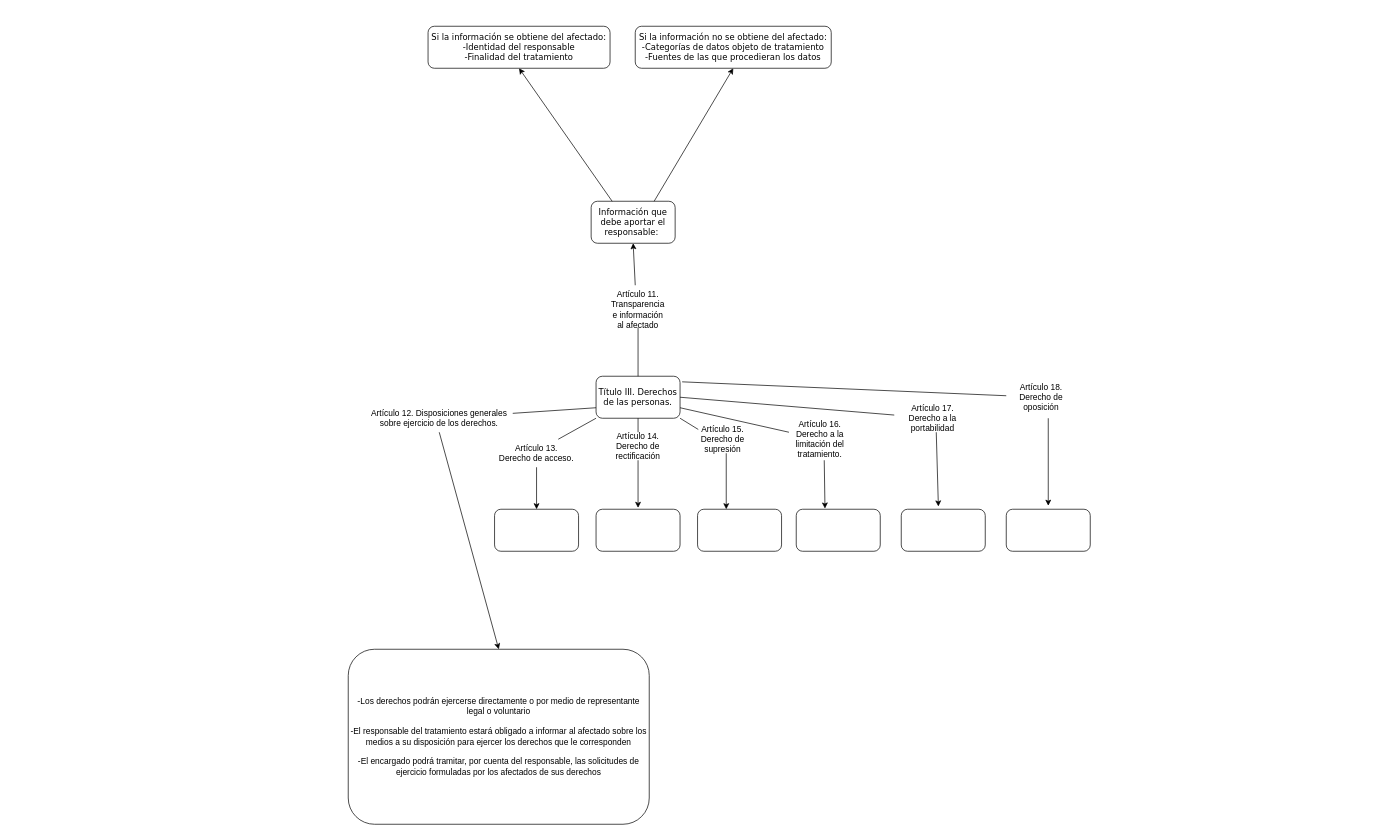
Earlier version of the draw.io diagram CDyAL.drawio (AyobAsroutVargas/lab1). Source tidied: cells renumbered, new cells numbered last; positions are measured from the earlier drawing's top-left corner, leaving out a move shared by most shapes. Both pictures are drawn from the tidied source at 70%, with x=0, y=0 at pixel (348, 26).
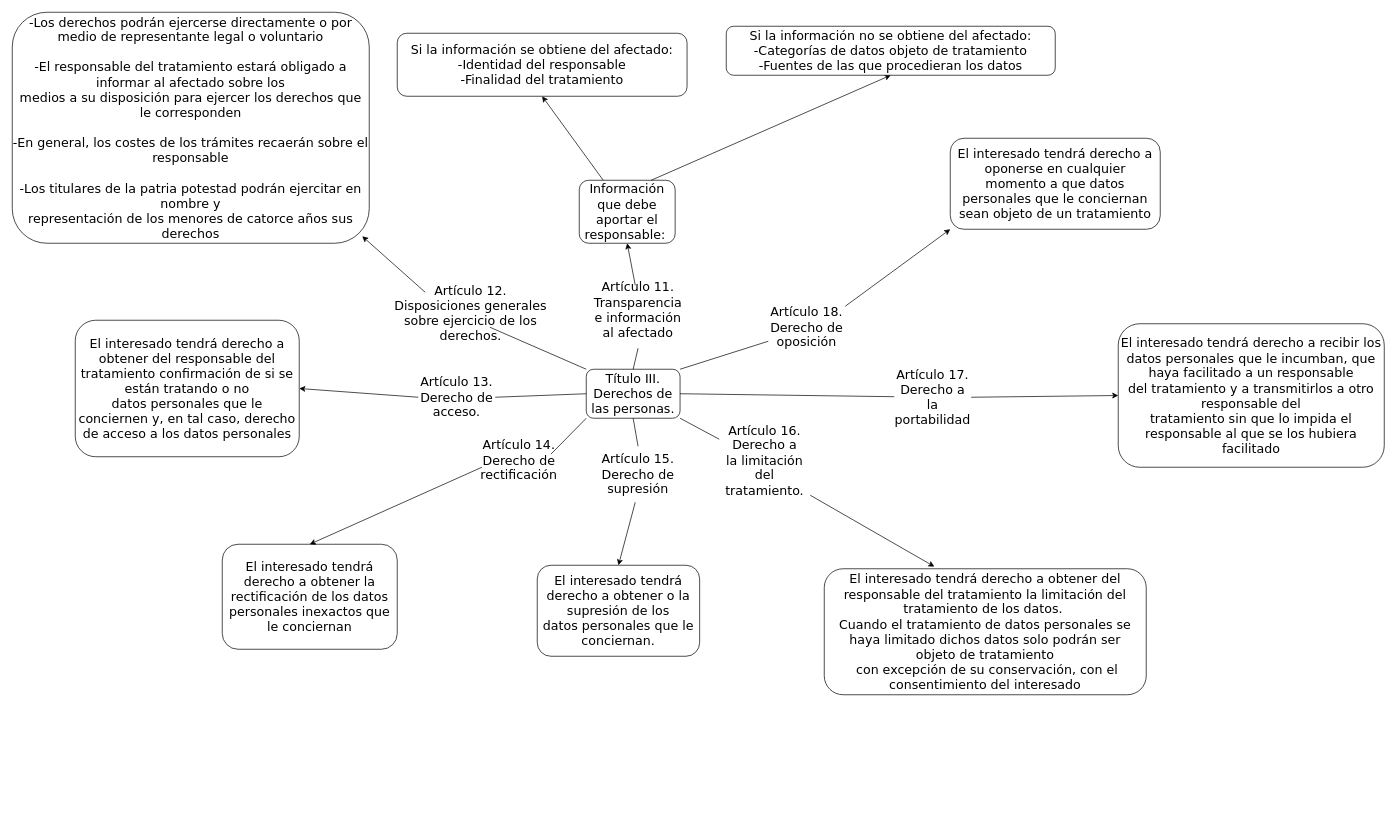
The same page after the edit.

The edit, as a diff of the source:
```diff
@@
-    <mxCell id="2" value="&lt;font face=&quot;Verdana&quot;&gt;Título III. Derechos de las personas.&lt;/font&gt;" style="rounded=1;whiteSpace=wrap;html=1;fillColor=#FFFFFF;" parent="1" vertex="1">
-      <mxGeometry x="354" y="500" width="120" height="60" as="geometry" />
+    <mxCell id="2" value="&lt;font face=&quot;Verdana&quot; style=&quot;font-size: 18px&quot;&gt;Título III. Derechos de las personas.&lt;/font&gt;" style="rounded=1;whiteSpace=wrap;html=1;fillColor=#FFFFFF;" parent="1" vertex="1">
+      <mxGeometry x="340" y="490" width="134" height="70" as="geometry" />
     </mxCell>
-    <mxCell id="3" value="&lt;font face=&quot;Verdana&quot;&gt;Información que debe aportar el responsable:&amp;nbsp;&lt;/font&gt;" style="rounded=1;whiteSpace=wrap;html=1;fillColor=#FFFFFF;" parent="1" vertex="1">
-      <mxGeometry x="347" y="250" width="120" height="60" as="geometry" />
+    <mxCell id="3" value="&lt;font face=&quot;Verdana&quot; style=&quot;font-size: 18px&quot;&gt;Información que debe aportar el responsable:&amp;nbsp;&lt;/font&gt;" style="rounded=1;whiteSpace=wrap;html=1;fillColor=#FFFFFF;" parent="1" vertex="1">
+      <mxGeometry x="330" y="220" width="137" height="90" as="geometry" />
     </mxCell>
-    <mxCell id="4" value="&lt;font face=&quot;Verdana&quot;&gt;-&lt;/font&gt;Los derechos&amp;nbsp;podrán ejercerse directamente o por medio de representante legal o voluntario&lt;br&gt;&lt;br&gt;-El responsable del tratamiento estará obligado a informar al afectado sobre los&lt;br&gt;medios a su disposición para ejercer los derechos que le corresponden&lt;br&gt;&lt;br&gt;-El encargado podrá tramitar, por cuenta del responsable, las solicitudes de&lt;br/&gt;ejercicio formuladas por los afectados de sus derechos" style="rounded=1;whiteSpace=wrap;html=1;fillColor=#FFFFFF;" parent="1" vertex="1">
-      <mxGeometry y="890" width="430" height="250" as="geometry" />
+    <mxCell id="4" value="&lt;font style=&quot;font-size: 18px&quot; face=&quot;Verdana&quot;&gt;-Los derechos&amp;nbsp;podrán ejercerse directamente o por medio de representante legal o voluntario&lt;br&gt;&lt;br&gt;-El responsable del tratamiento estará obligado a informar al afectado sobre los&lt;br&gt;medios a su disposición para ejercer los derechos que le corresponden&lt;br&gt;&lt;br&gt;-En general, los costes de los trámites recaerán sobre el responsable&lt;br&gt;&lt;br&gt;-Los titulares de la patria potestad podrán ejercitar en nombre y&lt;br&gt;representación de los menores de catorce años sus derechos&lt;/font&gt;" style="rounded=1;whiteSpace=wrap;html=1;fillColor=#FFFFFF;" parent="1" vertex="1">
+      <mxGeometry x="-480" y="-20" width="510" height="330" as="geometry" />
     </mxCell>
-    <mxCell id="5" style="rounded=1;whiteSpace=wrap;html=1;fillColor=#FFFFFF;" parent="1" vertex="1">
-      <mxGeometry x="209" y="690" width="120" height="60" as="geometry" />
+    <mxCell id="5" value="&lt;font face=&quot;Verdana&quot; style=&quot;font-size: 18px&quot;&gt;El interesado tendrá derecho a obtener del responsable del tratamiento confirmación de si se están tratando o no&lt;br&gt;datos personales que le conciernen y, en tal caso, derecho de acceso a los datos personales&lt;/font&gt;" style="rounded=1;whiteSpace=wrap;html=1;fillColor=#FFFFFF;" parent="1" vertex="1">
+      <mxGeometry x="-390" y="420" width="320" height="195" as="geometry" />
     </mxCell>
-    <mxCell id="6" style="rounded=1;whiteSpace=wrap;html=1;fillColor=#FFFFFF;" parent="1" vertex="1">
-      <mxGeometry x="354" y="690" width="120" height="60" as="geometry" />
+    <mxCell id="6" value="&lt;font face=&quot;Verdana&quot; style=&quot;font-size: 18px&quot;&gt;El interesado tendrá derecho a obtener la rectificación de los datos&lt;br&gt;personales inexactos que le conciernan&lt;/font&gt;" style="rounded=1;whiteSpace=wrap;html=1;fillColor=#FFFFFF;" parent="1" vertex="1">
+      <mxGeometry x="-180" y="740" width="250" height="150" as="geometry" />
     </mxCell>
-    <mxCell id="7" style="rounded=1;whiteSpace=wrap;html=1;fillColor=#FFFFFF;" parent="1" vertex="1">
-      <mxGeometry x="499" y="690" width="120" height="60" as="geometry" />
+    <mxCell id="7" value="&lt;font face=&quot;Verdana&quot; style=&quot;font-size: 18px&quot;&gt;El interesado tendrá derecho a obtener&amp;nbsp;o la supresión de los&lt;br&gt;datos personales que le conciernan.&lt;/font&gt;" style="rounded=1;whiteSpace=wrap;html=1;fillColor=#FFFFFF;" parent="1" vertex="1">
+      <mxGeometry x="270" y="770" width="232" height="130" as="geometry" />
     </mxCell>
-    <mxCell id="8" style="rounded=1;whiteSpace=wrap;html=1;fillColor=#FFFFFF;" parent="1" vertex="1">
-      <mxGeometry x="640" y="690" width="120" height="60" as="geometry" />
+    <mxCell id="8" value="&lt;font face=&quot;Verdana&quot; style=&quot;font-size: 18px&quot;&gt;&lt;font&gt;El interesado tendrá derecho a obtener del responsable del tratamiento la limitación del tratamiento de los datos.&amp;nbsp;&lt;br&gt;Cuando el tratamiento de datos personales se haya limitado&amp;nbsp;&lt;/font&gt;dichos datos solo podrán ser&lt;br&gt;objeto de tratamiento&lt;font&gt;&lt;br&gt;&amp;nbsp;con excepción de su conservación, con el consentimiento del interesado&lt;/font&gt;&lt;/font&gt;" style="rounded=1;whiteSpace=wrap;html=1;fillColor=#FFFFFF;" parent="1" vertex="1">
+      <mxGeometry x="680" y="775" width="460" height="180" as="geometry" />
     </mxCell>
-    <mxCell id="9" style="rounded=1;whiteSpace=wrap;html=1;fillColor=#FFFFFF;" parent="1" vertex="1">
-      <mxGeometry x="790" y="690" width="120" height="60" as="geometry" />
+    <mxCell id="9" value="&lt;font face=&quot;Verdana&quot; style=&quot;font-size: 18px&quot;&gt;El interesado tendrá derecho a recibir los datos personales que le incumban, que haya facilitado a un responsable&lt;br&gt;del tratamiento&amp;nbsp;y a transmitirlos a otro responsable del&lt;br&gt;tratamiento sin que lo impida el responsable al que se los hubiera facilitado&lt;/font&gt;" style="rounded=1;whiteSpace=wrap;html=1;fillColor=#FFFFFF;" parent="1" vertex="1">
+      <mxGeometry x="1100" y="425" width="380" height="205" as="geometry" />
     </mxCell>
-    <mxCell id="10" style="endArrow=none;html=1;exitX=0.5;exitY=0;exitDx=0;exitDy=0;" parent="1" edge="1" source="2" target="11">
-      <mxGeometry relative="1" as="geometry" />
+    <mxCell id="10" style="endArrow=none;html=1;exitX=0.5;exitY=0;exitDx=0;exitDy=0;" parent="1" edge="1" source="2">
+      <mxGeometry relative="1" as="geometry">
+        <mxPoint x="414" y="460" as="targetPoint" />
+      </mxGeometry>
     </mxCell>
-    <mxCell id="11" value="Artículo 11. Transparencia e información al afectado" style="text;html=1;strokeColor=none;fillColor=none;align=center;verticalAlign=middle;whiteSpace=wrap;rounded=0;" parent="1" vertex="1">
+    <mxCell id="11" value="&lt;font face=&quot;Verdana&quot; style=&quot;font-size: 18px&quot;&gt;Artículo 11. Transparencia e información al afectado&lt;/font&gt;" style="text;html=1;strokeColor=none;fillColor=none;align=center;verticalAlign=middle;whiteSpace=wrap;rounded=0;" parent="1" vertex="1">
       <mxGeometry x="374" y="380" width="80" height="50" as="geometry" />
     </mxCell>
@@
-    <mxCell id="13" style="endArrow=none;html=1;exitX=0;exitY=0.75;exitDx=0;exitDy=0;" parent="1" edge="1" source="2" target="14">
+    <mxCell id="13" style="endArrow=none;html=1;exitX=0;exitY=0;exitDx=0;exitDy=0;entryX=0.619;entryY=1.5;entryDx=0;entryDy=0;entryPerimeter=0;" parent="1" edge="1" source="2" target="14">
       <mxGeometry relative="1" as="geometry" />
     </mxCell>
-    <mxCell id="14" value="Artículo 12. Disposiciones generales sobre ejercicio de los derechos." style="text;html=1;strokeColor=none;fillColor=none;align=center;verticalAlign=middle;whiteSpace=wrap;rounded=0;" parent="1" vertex="1">
-      <mxGeometry x="25" y="550" width="210" height="20" as="geometry" />
+    <mxCell id="14" value="&lt;font style=&quot;font-size: 18px&quot; face=&quot;Verdana&quot;&gt;Artículo 12. Disposiciones generales sobre ejercicio de los derechos.&lt;/font&gt;" style="text;html=1;strokeColor=none;fillColor=none;align=center;verticalAlign=middle;whiteSpace=wrap;rounded=0;" parent="1" vertex="1">
+      <mxGeometry x="60" y="400" width="230" height="20" as="geometry" />
     </mxCell>
-    <mxCell id="15" style="endArrow=classic;html=1;entryX=0.5;entryY=0;entryDx=0;entryDy=0;" parent="1" edge="1" target="4">
+    <mxCell id="15" style="endArrow=classic;html=1;exitX=0.217;exitY=-1;exitDx=0;exitDy=0;exitPerimeter=0;" parent="1" edge="1" source="14">
       <mxGeometry relative="1" as="geometry">
-        <mxPoint x="130" y="580" as="sourcePoint" />
+        <mxPoint x="20" y="300" as="targetPoint" />
       </mxGeometry>
     </mxCell>
-    <mxCell id="16" style="endArrow=none;html=1;exitX=0;exitY=1;exitDx=0;exitDy=0;" parent="1" edge="1" source="2">
-      <mxGeometry relative="1" as="geometry">
-        <mxPoint x="300" y="590" as="targetPoint" />
-      </mxGeometry>
+    <mxCell id="16" style="endArrow=none;html=1;exitX=0;exitY=0.5;exitDx=0;exitDy=0;entryX=1;entryY=0.5;entryDx=0;entryDy=0;" parent="1" edge="1" source="2" target="17">
+      <mxGeometry relative="1" as="geometry" />
     </mxCell>
-    <mxCell id="17" value="Artículo 13. Derecho de acceso." style="text;html=1;strokeColor=none;fillColor=none;align=center;verticalAlign=middle;whiteSpace=wrap;rounded=0;" parent="1" vertex="1">
-      <mxGeometry x="214" y="600" width="110" height="20" as="geometry" />
+    <mxCell id="17" value="&lt;font face=&quot;Verdana&quot; style=&quot;font-size: 18px&quot;&gt;Artículo 13. Derecho de acceso.&lt;/font&gt;" style="text;html=1;strokeColor=none;fillColor=none;align=center;verticalAlign=middle;whiteSpace=wrap;rounded=0;" parent="1" vertex="1">
+      <mxGeometry x="100" y="520" width="110" height="20" as="geometry" />
     </mxCell>
-    <mxCell id="18" style="endArrow=classic;html=1;entryX=0.5;entryY=0;entryDx=0;entryDy=0;" parent="1" edge="1" target="5">
-      <mxGeometry relative="1" as="geometry">
-        <mxPoint x="269" y="630" as="sourcePoint" />
-      </mxGeometry>
+    <mxCell id="18" style="endArrow=classic;html=1;exitX=0;exitY=0.5;exitDx=0;exitDy=0;entryX=1;entryY=0.5;entryDx=0;entryDy=0;" parent="1" edge="1" source="17" target="5">
+      <mxGeometry relative="1" as="geometry" />
     </mxCell>
-    <mxCell id="19" style="endArrow=none;html=1;exitX=0.5;exitY=1;exitDx=0;exitDy=0;" parent="1" edge="1" source="2">
-      <mxGeometry relative="1" as="geometry">
-        <mxPoint x="414" y="580" as="targetPoint" />
-      </mxGeometry>
+    <mxCell id="19" style="endArrow=none;html=1;exitX=0;exitY=1;exitDx=0;exitDy=0;entryX=0.931;entryY=0.056;entryDx=0;entryDy=0;entryPerimeter=0;" parent="1" edge="1" source="2" target="20">
+      <mxGeometry relative="1" as="geometry" />
     </mxCell>
-    <mxCell id="20" value="Artículo 14. Derecho de rectificación" style="text;html=1;strokeColor=none;fillColor=none;align=center;verticalAlign=middle;whiteSpace=wrap;rounded=0;" parent="1" vertex="1">
-      <mxGeometry x="361" y="590" width="106" height="20" as="geometry" />
+    <mxCell id="20" value="&lt;font face=&quot;Verdana&quot; style=&quot;font-size: 18px&quot;&gt;Artículo 14. Derecho de rectificación&lt;/font&gt;" style="text;html=1;strokeColor=none;fillColor=none;align=center;verticalAlign=middle;whiteSpace=wrap;rounded=0;" parent="1" vertex="1">
+      <mxGeometry x="191" y="610" width="106" height="20" as="geometry" />
     </mxCell>
-    <mxCell id="21" style="endArrow=classic;html=1;" parent="1" edge="1">
-      <mxGeometry relative="1" as="geometry">
-        <mxPoint x="414" y="620" as="sourcePoint" />
-        <mxPoint x="414" y="688" as="targetPoint" />
-      </mxGeometry>
+    <mxCell id="21" style="endArrow=classic;html=1;exitX=0;exitY=1;exitDx=0;exitDy=0;entryX=0.5;entryY=0;entryDx=0;entryDy=0;" parent="1" edge="1" source="20" target="6">
+      <mxGeometry relative="1" as="geometry" />
     </mxCell>
@@
-    <mxCell id="23" style="endArrow=none;html=1;exitX=1;exitY=0.75;exitDx=0;exitDy=0;" parent="1" edge="1" source="2" target="27">
-      <mxGeometry relative="1" as="geometry" />
+    <mxCell id="23" style="endArrow=none;html=1;exitX=1;exitY=1;exitDx=0;exitDy=0;" parent="1" edge="1" source="2">
+      <mxGeometry relative="1" as="geometry">
+        <mxPoint x="530" y="590" as="targetPoint" />
+      </mxGeometry>
     </mxCell>
-    <mxCell id="24" style="endArrow=none;html=1;exitX=1;exitY=1;exitDx=0;exitDy=0;entryX=0.182;entryY=-0.2;entryDx=0;entryDy=0;entryPerimeter=0;" parent="1" edge="1" source="2" target="25">
-      <mxGeometry relative="1" as="geometry" />
+    <mxCell id="24" style="endArrow=none;html=1;exitX=0.5;exitY=1;exitDx=0;exitDy=0;" parent="1" edge="1" source="2">
+      <mxGeometry relative="1" as="geometry">
+        <mxPoint x="414" y="600" as="targetPoint" />
+      </mxGeometry>
     </mxCell>
-    <mxCell id="25" value="Artículo 15. Derecho de supresión" style="text;html=1;strokeColor=none;fillColor=none;align=center;verticalAlign=middle;whiteSpace=wrap;rounded=0;" parent="1" vertex="1">
-      <mxGeometry x="480" y="580" width="110" height="20" as="geometry" />
+    <mxCell id="25" value="&lt;font face=&quot;Verdana&quot; style=&quot;font-size: 18px&quot;&gt;Artículo 15. Derecho de supresión&lt;/font&gt;" style="text;html=1;strokeColor=none;fillColor=none;align=center;verticalAlign=middle;whiteSpace=wrap;rounded=0;" parent="1" vertex="1">
+      <mxGeometry x="359" y="630" width="110" height="20" as="geometry" />
     </mxCell>
-    <mxCell id="26" style="endArrow=classic;html=1;" parent="1" edge="1">
+    <mxCell id="26" style="endArrow=classic;html=1;entryX=0.5;entryY=0;entryDx=0;entryDy=0;" parent="1" edge="1" target="7">
       <mxGeometry relative="1" as="geometry">
-        <mxPoint x="540" y="610" as="sourcePoint" />
-        <mxPoint x="540" y="690" as="targetPoint" />
+        <mxPoint x="410" y="680" as="sourcePoint" />
       </mxGeometry>
     </mxCell>
-    <mxCell id="27" value="Artículo 16. Derecho a la limitación del tratamiento." style="text;html=1;strokeColor=none;fillColor=none;align=center;verticalAlign=middle;whiteSpace=wrap;rounded=0;" parent="1" vertex="1">
-      <mxGeometry x="619" y="580" width="110" height="20" as="geometry" />
+    <mxCell id="27" value="&lt;font face=&quot;Verdana&quot; style=&quot;font-size: 18px&quot;&gt;Artículo 16. Derecho a la limitación del tratamiento.&lt;/font&gt;" style="text;html=1;strokeColor=none;fillColor=none;align=center;verticalAlign=middle;whiteSpace=wrap;rounded=0;" parent="1" vertex="1">
+      <mxGeometry x="540" y="610" width="110" height="20" as="geometry" />
     </mxCell>
     <mxCell id="28" style="endArrow=classic;html=1;entryX=0.342;entryY=-0.017;entryDx=0;entryDy=0;entryPerimeter=0;" parent="1" edge="1" target="8">
       <mxGeometry relative="1" as="geometry">
-        <mxPoint x="680" y="620" as="sourcePoint" />
+        <mxPoint x="660" y="670" as="sourcePoint" />
       </mxGeometry>
     </mxCell>
-    <mxCell id="29" value="Artículo 17. Derecho a la portabilidad" style="text;html=1;strokeColor=none;fillColor=none;align=center;verticalAlign=middle;whiteSpace=wrap;rounded=0;" parent="1" vertex="1">
-      <mxGeometry x="780" y="550" width="110" height="20" as="geometry" />
+    <mxCell id="29" value="&lt;font face=&quot;Verdana&quot; style=&quot;font-size: 18px&quot;&gt;Artículo 17. Derecho a la portabilidad&lt;/font&gt;" style="text;html=1;strokeColor=none;fillColor=none;align=center;verticalAlign=middle;whiteSpace=wrap;rounded=0;" parent="1" vertex="1">
+      <mxGeometry x="780" y="520" width="110" height="20" as="geometry" />
     </mxCell>
-    <mxCell id="30" style="endArrow=classic;html=1;entryX=0.442;entryY=-0.067;entryDx=0;entryDy=0;entryPerimeter=0;" parent="1" edge="1" target="9">
-      <mxGeometry relative="1" as="geometry">
-        <mxPoint x="840" y="580" as="sourcePoint" />
-      </mxGeometry>
+    <mxCell id="30" style="endArrow=classic;html=1;entryX=0;entryY=0.5;entryDx=0;entryDy=0;exitX=1;exitY=0.5;exitDx=0;exitDy=0;" parent="1" edge="1" source="29" target="9">
+      <mxGeometry relative="1" as="geometry" />
     </mxCell>
-    <mxCell id="31" style="endArrow=none;html=1;exitX=1.025;exitY=0.133;exitDx=0;exitDy=0;exitPerimeter=0;" parent="1" edge="1" source="2" target="32">
-      <mxGeometry relative="1" as="geometry" />
+    <mxCell id="31" style="endArrow=none;html=1;exitX=1;exitY=0;exitDx=0;exitDy=0;" parent="1" edge="1" source="2">
+      <mxGeometry relative="1" as="geometry">
+        <mxPoint x="600" y="450" as="targetPoint" />
+      </mxGeometry>
     </mxCell>
-    <mxCell id="32" value="Artículo 18. Derecho de oposición" style="text;html=1;strokeColor=none;fillColor=none;align=center;verticalAlign=middle;whiteSpace=wrap;rounded=0;" parent="1" vertex="1">
-      <mxGeometry x="940" y="520" width="100" height="20" as="geometry" />
+    <mxCell id="32" value="&lt;font face=&quot;Verdana&quot; style=&quot;font-size: 18px&quot;&gt;Artículo 18. Derecho de oposición&lt;/font&gt;" style="text;html=1;strokeColor=none;fillColor=none;align=center;verticalAlign=middle;whiteSpace=wrap;rounded=0;" parent="1" vertex="1">
+      <mxGeometry x="600" y="420" width="110" height="20" as="geometry" />
     </mxCell>
-    <mxCell id="33" style="rounded=1;whiteSpace=wrap;html=1;fillColor=#FFFFFF;" parent="1" vertex="1">
-      <mxGeometry x="940" y="690" width="120" height="60" as="geometry" />
+    <mxCell id="33" value="&lt;font face=&quot;Verdana&quot; style=&quot;font-size: 18px&quot;&gt;El interesado tendrá derecho a oponerse en cualquier momento&amp;nbsp;a que datos personales que le conciernan sean objeto de un tratamiento&lt;/font&gt;" style="rounded=1;whiteSpace=wrap;html=1;fillColor=#FFFFFF;" parent="1" vertex="1">
+      <mxGeometry x="860" y="160" width="300" height="130" as="geometry" />
     </mxCell>
-    <mxCell id="34" style="endArrow=classic;html=1;" parent="1" edge="1">
+    <mxCell id="34" style="endArrow=classic;html=1;entryX=0;entryY=1;entryDx=0;entryDy=0;" parent="1" edge="1" target="33">
       <mxGeometry relative="1" as="geometry">
-        <mxPoint x="1000" y="560" as="sourcePoint" />
-        <mxPoint x="1000" y="685" as="targetPoint" />
+        <mxPoint x="710" y="400" as="sourcePoint" />
       </mxGeometry>
     </mxCell>
@@
-    <mxCell id="37" value="&lt;font face=&quot;Verdana&quot;&gt;Si la información se obtiene del afectado:&lt;br&gt;-Identidad del responsable&lt;br&gt;-Finalidad del tratamiento&lt;br&gt;&lt;/font&gt;" style="rounded=1;whiteSpace=wrap;html=1;fillColor=#FFFFFF;" parent="1" vertex="1">
-      <mxGeometry x="114" width="260" height="60" as="geometry" />
+    <mxCell id="37" value="&lt;font face=&quot;Verdana&quot;&gt;&lt;font style=&quot;font-size: 18px&quot;&gt;Si la información se obtiene del afectado:&lt;br&gt;-Identidad del responsable&lt;br&gt;-Finalidad del tratamiento&lt;/font&gt;&lt;br&gt;&lt;/font&gt;" style="rounded=1;whiteSpace=wrap;html=1;fillColor=#FFFFFF;" parent="1" vertex="1">
+      <mxGeometry x="70" y="10" width="414" height="90" as="geometry" />
     </mxCell>
-    <mxCell id="38" value="&lt;font face=&quot;Verdana&quot;&gt;Si la información no se obtiene del afectado:&lt;br&gt;-Categorías de datos objeto de tratamiento&lt;br&gt;-Fuentes de las que procedieran los datos&lt;/font&gt;" style="rounded=1;whiteSpace=wrap;html=1;fillColor=#FFFFFF;" parent="1" vertex="1">
-      <mxGeometry x="410" width="280" height="60" as="geometry" />
+    <mxCell id="38" value="&lt;font face=&quot;Verdana&quot; style=&quot;font-size: 18px&quot;&gt;Si la información no se obtiene del afectado:&lt;br&gt;-Categorías de datos objeto de tratamiento&lt;br&gt;-Fuentes de las que procedieran los datos&lt;/font&gt;" style="rounded=1;whiteSpace=wrap;html=1;fillColor=#FFFFFF;" parent="1" vertex="1">
+      <mxGeometry x="540" width="470" height="70" as="geometry" />
     </mxCell>
```
